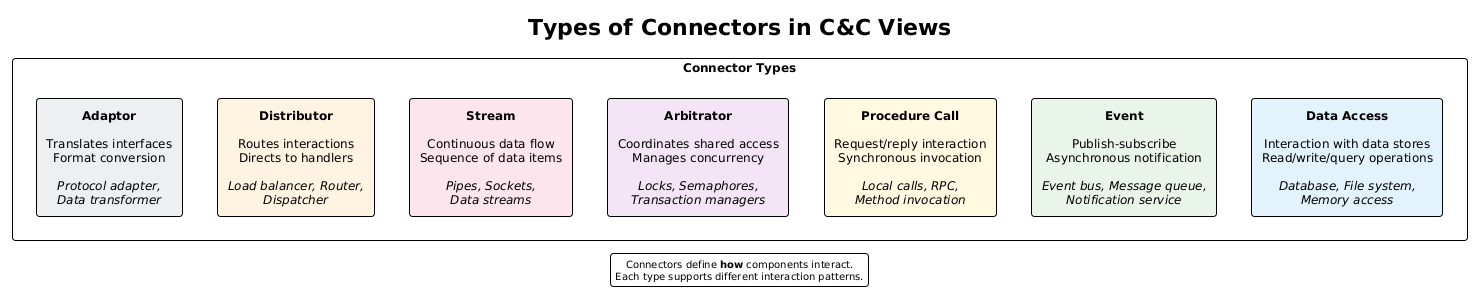
This is src/architecture/views-and-beyond/style-catalogs/component-and-connector/component-and-connector-views/png/03-connector-types.png from Notoriousjayy/latex-docs, a PlantUML export, as it was before one commit. Its diagram source:
```plantuml
@startuml 03-connector-types
!include ../../../../../../tooling/styles/plantuml/structural/component-diagram-style.iuml

!theme plain

title Types of Connectors in C&C Views

rectangle "Connector Types" {

    together {
        rectangle "**Procedure Call**\n\nRequest/reply interaction\nSynchronous invocation\n\n//Local calls, RPC,//\n//Method invocation//" as proc #FFF8E1 {
        }

        rectangle "**Event**\n\nPublish-subscribe\nAsynchronous notification\n\n//Event bus, Message queue,//\n//Notification service//" as event #E8F5E9 {
        }

        rectangle "**Data Access**\n\nInteraction with data stores\nRead/write/query operations\n\n//Database, File system,//\n//Memory access//" as data #E3F2FD {
        }
    }

    together {
        rectangle "**Stream**\n\nContinuous data flow\nSequence of data items\n\n//Pipes, Sockets,//\n//Data streams//" as stream #FCE4EC {
        }

        rectangle "**Arbitrator**\n\nCoordinates shared access\nManages concurrency\n\n//Locks, Semaphores,//\n//Transaction managers//" as arb #F3E5F5 {
        }
    }

    together {
        rectangle "**Adaptor**\n\nTranslates interfaces\nFormat conversion\n\n//Protocol adapter,//\n//Data transformer//" as adapt #ECEFF1 {
        }

        rectangle "**Distributor**\n\nRoutes interactions\nDirects to handlers\n\n//Load balancer, Router,//\n//Dispatcher//" as dist #FFF3E0 {
        }
    }
}

proc -[hidden]r-> event
event -[hidden]r-> data
stream -[hidden]r-> arb
adapt -[hidden]r-> dist

legend bottom
  Connectors define **how** components interact.
  Each type supports different interaction patterns.
endlegend

@enduml
```
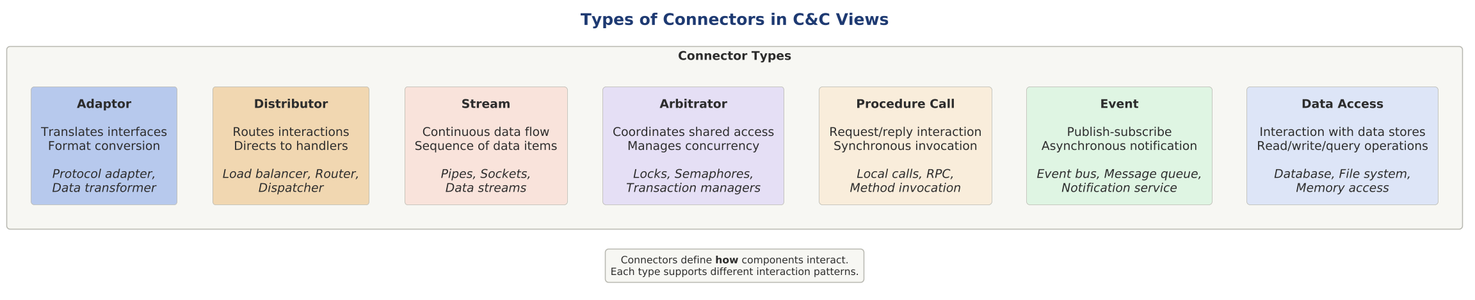
After the commit.

The edit, as a diff of the source:
```diff
@@ -1,36 +1,39 @@
 @startuml 03-connector-types
+
+skinparam dpi 150
+
+
+
 !include ../../../../../../tooling/styles/plantuml/structural/component-diagram-style.iuml
-
-!theme plain
 
 title Types of Connectors in C&C Views
 
 rectangle "Connector Types" {
 
     together {
-        rectangle "**Procedure Call**\n\nRequest/reply interaction\nSynchronous invocation\n\n//Local calls, RPC,//\n//Method invocation//" as proc #FFF8E1 {
+        rectangle "**Procedure Call**\n\nRequest/reply interaction\nSynchronous invocation\n\n//Local calls, RPC,//\n//Method invocation//" as proc $fill_caution {
         }
 
-        rectangle "**Event**\n\nPublish-subscribe\nAsynchronous notification\n\n//Event bus, Message queue,//\n//Notification service//" as event #E8F5E9 {
+        rectangle "**Event**\n\nPublish-subscribe\nAsynchronous notification\n\n//Event bus, Message queue,//\n//Notification service//" as event $fill_ok {
         }
 
-        rectangle "**Data Access**\n\nInteraction with data stores\nRead/write/query operations\n\n//Database, File system,//\n//Memory access//" as data #E3F2FD {
+        rectangle "**Data Access**\n\nInteraction with data stores\nRead/write/query operations\n\n//Database, File system,//\n//Memory access//" as data $fill_primary {
         }
     }
 
     together {
-        rectangle "**Stream**\n\nContinuous data flow\nSequence of data items\n\n//Pipes, Sockets,//\n//Data streams//" as stream #FCE4EC {
+        rectangle "**Stream**\n\nContinuous data flow\nSequence of data items\n\n//Pipes, Sockets,//\n//Data streams//" as stream $fill_invalid {
         }
 
-        rectangle "**Arbitrator**\n\nCoordinates shared access\nManages concurrency\n\n//Locks, Semaphores,//\n//Transaction managers//" as arb #F3E5F5 {
+        rectangle "**Arbitrator**\n\nCoordinates shared access\nManages concurrency\n\n//Locks, Semaphores,//\n//Transaction managers//" as arb $fill_alt {
         }
     }
 
     together {
-        rectangle "**Adaptor**\n\nTranslates interfaces\nFormat conversion\n\n//Protocol adapter,//\n//Data transformer//" as adapt #ECEFF1 {
+        rectangle "**Adaptor**\n\nTranslates interfaces\nFormat conversion\n\n//Protocol adapter,//\n//Data transformer//" as adapt $deep_primary {
         }
 
-        rectangle "**Distributor**\n\nRoutes interactions\nDirects to handlers\n\n//Load balancer, Router,//\n//Dispatcher//" as dist #FFF3E0 {
+        rectangle "**Distributor**\n\nRoutes interactions\nDirects to handlers\n\n//Load balancer, Router,//\n//Dispatcher//" as dist $deep_caution {
         }
     }
 }
```
